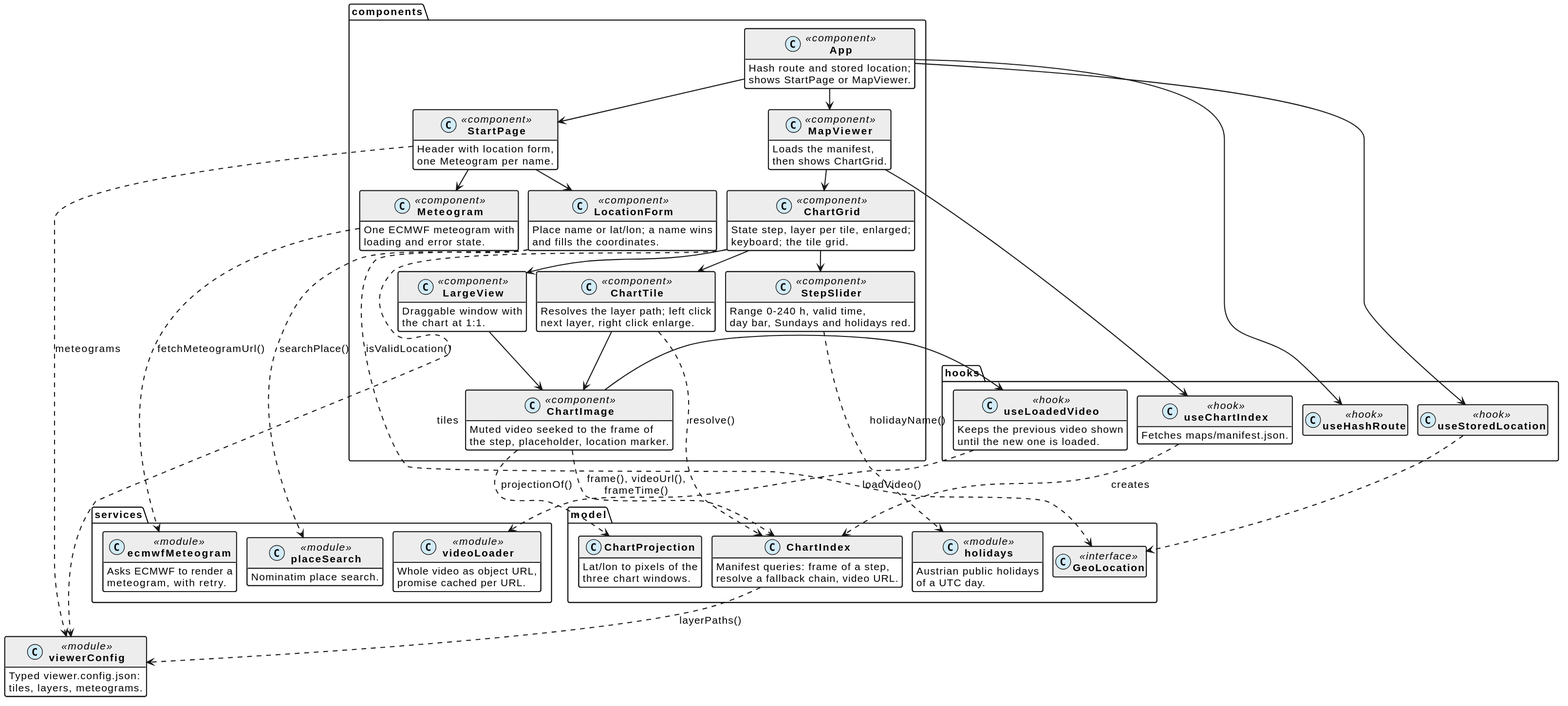
Earlier version of the PlantUML export docs/app.svg (schletz/wetterkartenviewer).
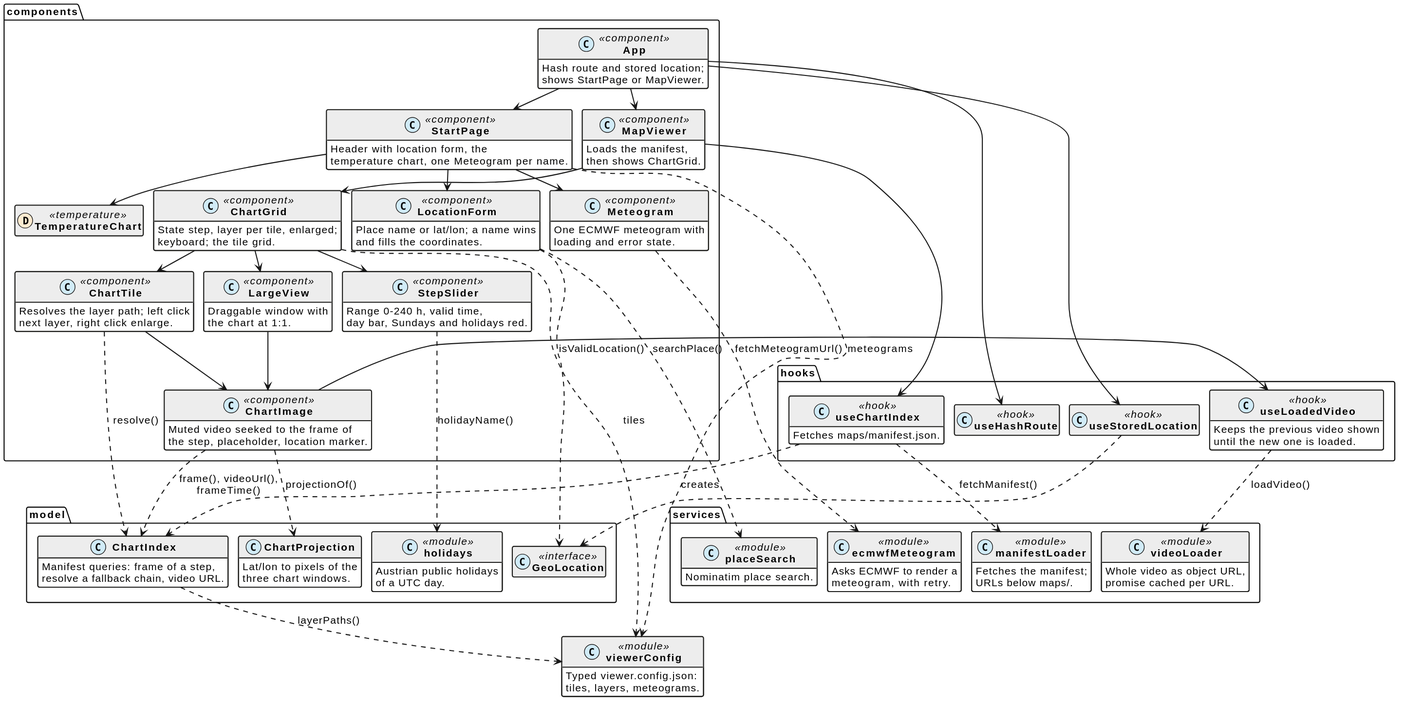
Above is the later version.

Diff of the diagram source:
```diff
@@ -48,9 +48,10 @@
  shows StartPage or MapViewer.
  }
  class StartPage <<component>> {
- Header with location form,
- one Meteogram per name.
+ Header with location form, the
+ temperature chart, one Meteogram per name.
  }
+ class TemperatureChart << (D,#fdebd1) temperature >>
  class LocationForm <<component>> {
  Place name or lat/lon; a name wins
  and fills the coordinates.
@@ -122,6 +123,10 @@
  Whole video as object URL,
  promise cached per URL.
  }
+ class manifestLoader <<module>> {
+ Fetches the manifest;
+ URLs below maps/.
+ }
 }
 class viewerConfig <<module>> {
  Typed viewer.config.json:
@@ -133,6 +138,7 @@
 App --> MapViewer
 StartPage --> LocationForm
 StartPage --> Meteogram
+StartPage --> TemperatureChart
 StartPage ..> viewerConfig : meteograms
 LocationForm ..> placeSearch : searchPlace()
 LocationForm ..> GeoLocation : isValidLocation()
@@ -140,6 +146,7 @@
 MapViewer --> useChartIndex
 MapViewer --> ChartGrid
 useChartIndex ..> ChartIndex : creates
+useChartIndex ..> manifestLoader : fetchManifest()
 ChartGrid ..> viewerConfig : tiles
 ChartGrid --> StepSlider
 ChartGrid --> ChartTile
```
